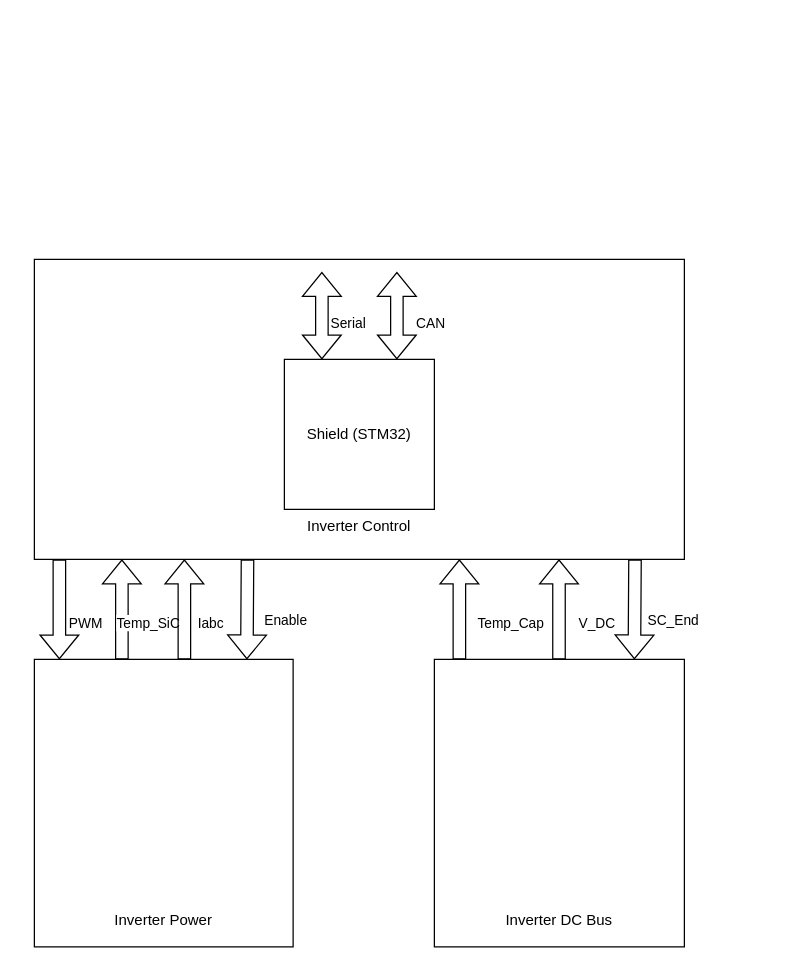
The draw.io diagram HW/Inverter_HW.drawio in dweggg/Inverter, before the edit. Source tidied: cells renumbered, new cells numbered last; positions are measured from the earlier drawing's top-left corner, leaving out a move shared by most shapes. Both pictures are drawn from the tidied source at 125%, with x=0, y=0 at pixel (34, 259).
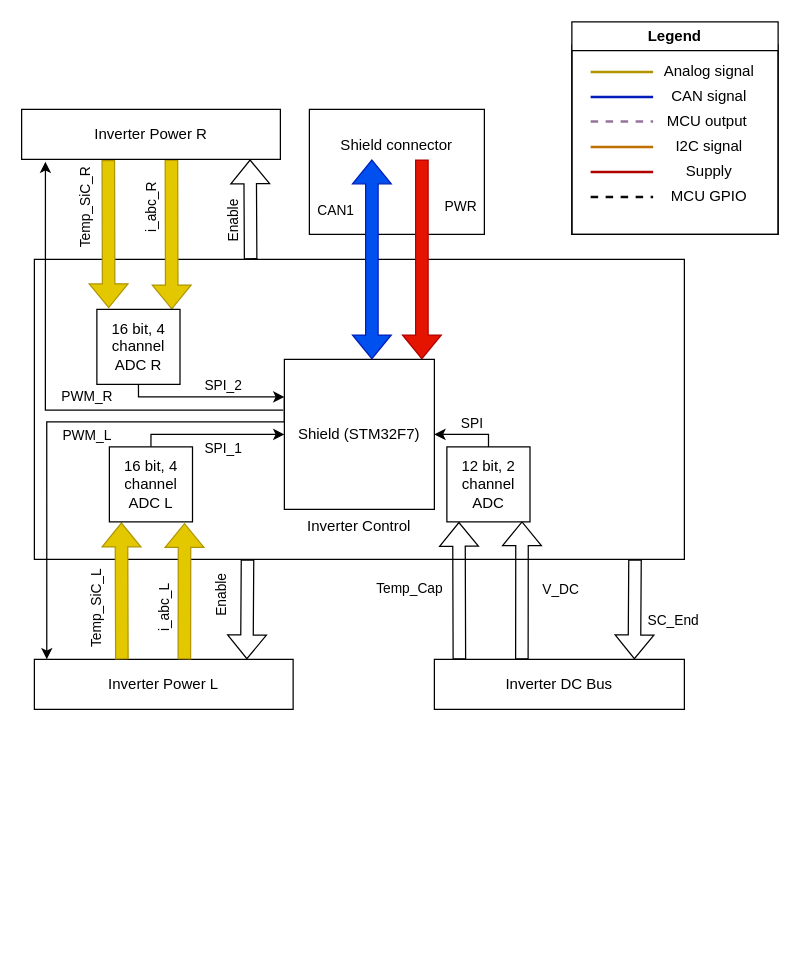
The same page after the edit.

The change refers to these unchanged cells:
```xml
<mxCell id="22" style="shape=flexArrow;endArrow=classic;html=1;rounded=0;exitX=0.199;exitY=0.994;exitDx=0;exitDy=0;exitPerimeter=0;" parent="1" edge="1">
  <mxGeometry relative="1" as="geometry">
    <mxPoint x="170.5" y="240" as="sourcePoint" />
    <mxPoint x="170" y="320" as="targetPoint" />
  </mxGeometry>
</mxCell>
```

What changed in the source:
```diff
@@
+    <mxCell id="24" value="Shield connector&lt;br&gt;&lt;br&gt;&lt;br&gt;&lt;br&gt;" style="rounded=0;whiteSpace=wrap;html=1;" parent="1" vertex="1">
+      <mxGeometry x="220" y="-120" width="140" height="100" as="geometry" />
+    </mxCell>
@@
+    <mxCell id="25" style="edgeStyle=orthogonalEdgeStyle;rounded=0;jettySize=auto;html=1;exitX=0;exitY=0.25;exitDx=0;exitDy=0;entryX=0.048;entryY=0;entryDx=0;entryDy=0;entryPerimeter=0;" parent="1" edge="1" source="3" target="8">
+      <mxGeometry relative="1" as="geometry">
+        <Array as="points">
+          <mxPoint x="200" y="130" />
+          <mxPoint x="10" y="130" />
+        </Array>
+      </mxGeometry>
+    </mxCell>
+    <mxCell id="26" value="PWM_L" style="edgeLabel;html=1;align=center;verticalAlign=middle;" parent="25" vertex="1">
+      <mxGeometry x="-0.42" relative="1" as="geometry">
+        <mxPoint x="-63" y="10" as="offset" />
+      </mxGeometry>
+    </mxCell>
-    <mxCell id="3" value="Shield (STM32)" style="whiteSpace=wrap;html=1;" parent="1" vertex="1">
+    <mxCell id="3" value="Shield (STM32F7)" style="whiteSpace=wrap;html=1;" parent="1" vertex="1">
       <mxGeometry x="200" y="80" width="120" height="120" as="geometry" />
     </mxCell>
-    <mxCell id="4" style="shape=flexArrow;endArrow=classic;startArrow=classic;html=1;rounded=0;" parent="1" edge="1">
+    <mxCell id="4" style="shape=flexArrow;endArrow=classic;startArrow=classic;html=1;rounded=0;fillColor=#0050ef;strokeColor=#001DBC;" parent="1" edge="1">
       <mxGeometry relative="1" as="geometry">
-        <mxPoint x="290" y="80" as="sourcePoint" />
-        <mxPoint x="290" y="10" as="targetPoint" />
+        <mxPoint x="270" y="80" as="sourcePoint" />
+        <mxPoint x="270" y="-80" as="targetPoint" />
       </mxGeometry>
     </mxCell>
-    <mxCell id="5" value="CAN" style="edgeLabel;html=1;align=center;verticalAlign=middle;" parent="4" vertex="1">
+    <mxCell id="5" value="CAN1" style="edgeLabel;html=1;align=center;verticalAlign=middle;" parent="4" vertex="1">
       <mxGeometry x="-0.45" y="-1" relative="1" as="geometry">
-        <mxPoint x="25" y="-11" as="offset" />
+        <mxPoint x="-31" y="-76" as="offset" />
       </mxGeometry>
     </mxCell>
-    <mxCell id="6" style="shape=flexArrow;endArrow=classic;startArrow=classic;html=1;rounded=0;" parent="1" edge="1">
-      <mxGeometry relative="1" as="geometry">
-        <mxPoint x="230" y="80" as="sourcePoint" />
-        <mxPoint x="230" y="10" as="targetPoint" />
-      </mxGeometry>
-    </mxCell>
-    <mxCell id="7" value="Serial" style="edgeLabel;html=1;align=center;verticalAlign=middle;" parent="6" vertex="1">
-      <mxGeometry x="0.16" y="-2" relative="1" as="geometry">
-        <mxPoint x="18" y="11" as="offset" />
-      </mxGeometry>
-    </mxCell>
-    <mxCell id="8" value="&lt;br&gt;&lt;br&gt;&lt;br&gt;&lt;br&gt;&lt;br&gt;&lt;br&gt;&lt;br&gt;&lt;br&gt;&lt;br&gt;&lt;br&gt;&lt;br&gt;&lt;br&gt;&lt;br&gt;Inverter Power" style="rounded=0;whiteSpace=wrap;html=1;" parent="1" vertex="1">
-      <mxGeometry y="320" width="207" height="230" as="geometry" />
+    <mxCell id="8" value="Inverter Power L" style="rounded=0;whiteSpace=wrap;html=1;" parent="1" vertex="1">
+      <mxGeometry y="320" width="207" height="40" as="geometry" />
     </mxCell>
-    <mxCell id="9" value="&lt;br&gt;&lt;br&gt;&lt;br&gt;&lt;br&gt;&lt;br&gt;&lt;br&gt;&lt;br&gt;&lt;br&gt;&lt;br&gt;&lt;br&gt;&lt;br&gt;&lt;br&gt;&lt;br&gt;Inverter DC Bus" style="rounded=0;whiteSpace=wrap;html=1;" parent="1" vertex="1">
-      <mxGeometry x="320" y="320" width="200" height="230" as="geometry" />
+    <mxCell id="9" value="Inverter DC Bus" style="rounded=0;whiteSpace=wrap;html=1;" parent="1" vertex="1">
+      <mxGeometry x="320" y="320" width="200" height="40" as="geometry" />
     </mxCell>
-    <mxCell id="10" style="shape=flexArrow;endArrow=classic;html=1;rounded=0;" parent="1" edge="1">
-      <mxGeometry relative="1" as="geometry">
-        <mxPoint x="20" y="240" as="sourcePoint" />
-        <mxPoint x="20" y="320" as="targetPoint" />
-      </mxGeometry>
-    </mxCell>
-    <mxCell id="11" value="PWM" style="edgeLabel;html=1;align=center;verticalAlign=middle;" parent="10" vertex="1">
-      <mxGeometry x="0.8" y="-4" relative="1" as="geometry">
-        <mxPoint x="24" y="-22" as="offset" />
-      </mxGeometry>
-    </mxCell>
-    <mxCell id="12" style="shape=flexArrow;endArrow=classic;html=1;rounded=0;exitX=0.286;exitY=-0.015;exitDx=0;exitDy=0;exitPerimeter=0;" parent="1" edge="1">
+    <mxCell id="12" style="shape=flexArrow;endArrow=classic;html=1;rounded=0;exitX=0.286;exitY=-0.015;exitDx=0;exitDy=0;exitPerimeter=0;entryX=0.145;entryY=1.008;entryDx=0;entryDy=0;entryPerimeter=0;fillColor=#e3c800;strokeColor=#B09500;" parent="1" edge="1" target="29">
       <mxGeometry relative="1" as="geometry">
         <mxPoint x="70" y="320" as="sourcePoint" />
-        <mxPoint x="70" y="240" as="targetPoint" />
       </mxGeometry>
     </mxCell>
-    <mxCell id="13" value="Temp_SiC" style="edgeLabel;html=1;align=center;verticalAlign=middle;" parent="12" vertex="1">
+    <mxCell id="13" value="Temp_SiC_L" style="edgeLabel;html=1;align=center;verticalAlign=middle;horizontal=0;" parent="12" vertex="1">
       <mxGeometry x="0.8" y="-4" relative="1" as="geometry">
-        <mxPoint x="16" y="42" as="offset" />
+        <mxPoint x="-24" y="59" as="offset" />
       </mxGeometry>
     </mxCell>
-    <mxCell id="14" style="shape=flexArrow;endArrow=classic;html=1;rounded=0;exitX=0.286;exitY=-0.015;exitDx=0;exitDy=0;exitPerimeter=0;" parent="1" edge="1">
+    <mxCell id="14" style="shape=flexArrow;endArrow=classic;html=1;rounded=0;exitX=0.286;exitY=-0.015;exitDx=0;exitDy=0;exitPerimeter=0;entryX=0.904;entryY=1.016;entryDx=0;entryDy=0;entryPerimeter=0;fillColor=#e3c800;strokeColor=#B09500;" parent="1" edge="1" target="29">
       <mxGeometry relative="1" as="geometry">
         <mxPoint x="120" y="320" as="sourcePoint" />
-        <mxPoint x="120" y="240" as="targetPoint" />
       </mxGeometry>
     </mxCell>
-    <mxCell id="15" value="Iabc" style="edgeLabel;html=1;align=center;verticalAlign=middle;" parent="14" vertex="1">
+    <mxCell id="15" value="i_abc_L" style="edgeLabel;html=1;align=center;verticalAlign=middle;horizontal=0;" parent="14" vertex="1">
       <mxGeometry x="0.8" y="-4" relative="1" as="geometry">
-        <mxPoint x="16" y="42" as="offset" />
+        <mxPoint x="-21" y="58" as="offset" />
       </mxGeometry>
     </mxCell>
-    <mxCell id="16" style="shape=flexArrow;endArrow=classic;html=1;rounded=0;exitX=0.286;exitY=-0.015;exitDx=0;exitDy=0;exitPerimeter=0;" parent="1" edge="1">
+    <mxCell id="16" style="shape=flexArrow;endArrow=classic;html=1;rounded=0;exitX=0.286;exitY=-0.015;exitDx=0;exitDy=0;exitPerimeter=0;entryX=0.145;entryY=1;entryDx=0;entryDy=0;entryPerimeter=0;" parent="1" edge="1" target="32">
       <mxGeometry relative="1" as="geometry">
         <mxPoint x="340" y="320" as="sourcePoint" />
-        <mxPoint x="340" y="240" as="targetPoint" />
       </mxGeometry>
     </mxCell>
     <mxCell id="17" value="Temp_Cap" style="edgeLabel;html=1;align=center;verticalAlign=middle;" parent="16" vertex="1">
       <mxGeometry x="0.8" y="-4" relative="1" as="geometry">
-        <mxPoint x="36" y="42" as="offset" />
+        <mxPoint x="-44" y="42" as="offset" />
       </mxGeometry>
     </mxCell>
-    <mxCell id="18" style="shape=flexArrow;endArrow=classic;html=1;rounded=0;exitX=0.286;exitY=-0.015;exitDx=0;exitDy=0;exitPerimeter=0;" parent="1" edge="1">
+    <mxCell id="18" style="shape=flexArrow;endArrow=classic;html=1;rounded=0;exitX=0.286;exitY=-0.015;exitDx=0;exitDy=0;exitPerimeter=0;entryX=0.904;entryY=0.992;entryDx=0;entryDy=0;entryPerimeter=0;" parent="1" edge="1" target="32">
       <mxGeometry relative="1" as="geometry">
-        <mxPoint x="419.7" y="320" as="sourcePoint" />
-        <mxPoint x="419.7" y="240" as="targetPoint" />
+        <mxPoint x="390" y="320" as="sourcePoint" />
       </mxGeometry>
     </mxCell>
@@
-    <mxCell id="23" value="Enable" style="edgeLabel;html=1;align=center;verticalAlign=middle;" parent="22" vertex="1">
+    <mxCell id="23" value="Enable" style="edgeLabel;html=1;align=center;verticalAlign=middle;horizontal=0;" parent="22" vertex="1">
       <mxGeometry x="0.8" y="-4" relative="1" as="geometry">
-        <mxPoint x="34" y="-23" as="offset" />
+        <mxPoint x="-16" y="-42" as="offset" />
       </mxGeometry>
     </mxCell>
+    <mxCell id="27" style="edgeStyle=orthogonalEdgeStyle;rounded=0;jettySize=auto;html=1;exitX=0.5;exitY=0;exitDx=0;exitDy=0;entryX=0;entryY=0.5;entryDx=0;entryDy=0;" parent="1" edge="1" source="29" target="3">
+      <mxGeometry relative="1" as="geometry">
+        <Array as="points">
+          <mxPoint x="93" y="140" />
+        </Array>
+      </mxGeometry>
+    </mxCell>
+    <mxCell id="28" value="SPI_1" style="edgeLabel;html=1;align=center;verticalAlign=middle;" parent="27" vertex="1">
+      <mxGeometry x="-0.09" y="-1" relative="1" as="geometry">
+        <mxPoint x="14" y="9" as="offset" />
+      </mxGeometry>
+    </mxCell>
+    <mxCell id="29" value="16 bit, 4 channel ADC L" style="rounded=0;whiteSpace=wrap;html=1;" parent="1" vertex="1">
+      <mxGeometry x="60" y="150" width="66.5" height="60" as="geometry" />
+    </mxCell>
+    <mxCell id="30" style="edgeStyle=orthogonalEdgeStyle;rounded=0;jettySize=auto;html=1;entryX=1;entryY=0.5;entryDx=0;entryDy=0;" parent="1" edge="1" source="32" target="3">
+      <mxGeometry relative="1" as="geometry">
+        <Array as="points">
+          <mxPoint x="363" y="140" />
+        </Array>
+      </mxGeometry>
+    </mxCell>
+    <mxCell id="31" value="SPI" style="edgeLabel;html=1;align=center;verticalAlign=middle;" parent="30" vertex="1">
+      <mxGeometry x="-0.1" y="1" relative="1" as="geometry">
+        <mxPoint y="-11" as="offset" />
+      </mxGeometry>
+    </mxCell>
+    <mxCell id="32" value="12 bit, 2 channel ADC" style="rounded=0;whiteSpace=wrap;html=1;" parent="1" vertex="1">
+      <mxGeometry x="330" y="150" width="66.5" height="60" as="geometry" />
+    </mxCell>
+    <mxCell id="33" style="shape=flexArrow;endArrow=classic;html=1;rounded=0;fillColor=#e51400;strokeColor=#B20000;" parent="1" edge="1">
+      <mxGeometry relative="1" as="geometry">
+        <mxPoint x="310" y="-80" as="sourcePoint" />
+        <mxPoint x="310" y="80" as="targetPoint" />
+      </mxGeometry>
+    </mxCell>
+    <mxCell id="34" value="PWR" style="edgeLabel;html=1;align=center;verticalAlign=middle;" parent="33" vertex="1">
+      <mxGeometry x="-0.54" y="-2" relative="1" as="geometry">
+        <mxPoint x="32" as="offset" />
+      </mxGeometry>
+    </mxCell>
+    <mxCell id="35" style="edgeStyle=orthogonalEdgeStyle;rounded=0;jettySize=auto;html=1;entryX=0.092;entryY=1.049;entryDx=0;entryDy=0;entryPerimeter=0;exitX=-0.007;exitY=0.338;exitDx=0;exitDy=0;exitPerimeter=0;" parent="1" edge="1" source="3" target="46">
+      <mxGeometry relative="1" as="geometry">
+        <Array as="points">
+          <mxPoint x="9" y="121" />
+        </Array>
+      </mxGeometry>
+    </mxCell>
+    <mxCell id="36" value="PWM_R" style="edgeLabel;html=1;align=center;verticalAlign=middle;" parent="35" vertex="1">
+      <mxGeometry x="-0.42" relative="1" as="geometry">
+        <mxPoint x="-45" y="-11" as="offset" />
+      </mxGeometry>
+    </mxCell>
+    <mxCell id="37" style="shape=flexArrow;endArrow=classic;html=1;rounded=0;exitX=0.335;exitY=1.013;exitDx=0;exitDy=0;exitPerimeter=0;entryX=0.142;entryY=-0.015;entryDx=0;entryDy=0;entryPerimeter=0;fillColor=#e3c800;strokeColor=#B09500;" parent="1" edge="1" source="46" target="45">
+      <mxGeometry relative="1" as="geometry" />
+    </mxCell>
+    <mxCell id="38" value="Temp_SiC_R" style="edgeLabel;html=1;align=center;verticalAlign=middle;horizontal=0;" parent="37" vertex="1">
+      <mxGeometry x="0.8" y="-4" relative="1" as="geometry">
+        <mxPoint x="-15" y="-68" as="offset" />
+      </mxGeometry>
+    </mxCell>
+    <mxCell id="39" style="shape=flexArrow;endArrow=classic;html=1;rounded=0;entryX=0.901;entryY=0.001;entryDx=0;entryDy=0;entryPerimeter=0;startArrow=none;exitX=0.579;exitY=1.001;exitDx=0;exitDy=0;exitPerimeter=0;fillColor=#e3c800;strokeColor=#B09500;" parent="1" edge="1" source="46" target="45">
+      <mxGeometry relative="1" as="geometry" />
+    </mxCell>
+    <mxCell id="40" value="i_abc_R" style="edgeLabel;html=1;align=center;verticalAlign=middle;horizontal=0;" parent="39" vertex="1">
+      <mxGeometry x="0.8" y="-4" relative="1" as="geometry">
+        <mxPoint x="-13" y="-69" as="offset" />
+      </mxGeometry>
+    </mxCell>
+    <mxCell id="41" style="shape=flexArrow;endArrow=classic;html=1;rounded=0;entryX=0.883;entryY=1;entryDx=0;entryDy=0;entryPerimeter=0;" parent="1" edge="1" target="46">
+      <mxGeometry relative="1" as="geometry">
+        <mxPoint x="173" as="sourcePoint" />
+      </mxGeometry>
+    </mxCell>
+    <mxCell id="42" value="Enable" style="edgeLabel;html=1;align=center;verticalAlign=middle;horizontal=0;" parent="41" vertex="1">
+      <mxGeometry x="0.8" y="-4" relative="1" as="geometry">
+        <mxPoint x="-17" y="42" as="offset" />
+      </mxGeometry>
+    </mxCell>
+    <mxCell id="43" style="edgeStyle=orthogonalEdgeStyle;rounded=0;jettySize=auto;html=1;exitX=0.5;exitY=1;exitDx=0;exitDy=0;entryX=0;entryY=0.25;entryDx=0;entryDy=0;" parent="1" edge="1" source="45" target="3">
+      <mxGeometry relative="1" as="geometry">
+        <Array as="points">
+          <mxPoint x="83" y="110" />
+        </Array>
+      </mxGeometry>
+    </mxCell>
+    <mxCell id="44" value="SPI_2" style="edgeLabel;html=1;align=center;verticalAlign=middle;" parent="43" vertex="1">
+      <mxGeometry x="-0.09" y="-1" relative="1" as="geometry">
+        <mxPoint x="19" y="-11" as="offset" />
+      </mxGeometry>
+    </mxCell>
+    <mxCell id="45" value="16 bit, 4 channel ADC R" style="rounded=0;whiteSpace=wrap;html=1;direction=east;" parent="1" vertex="1">
+      <mxGeometry x="50" y="40" width="66.5" height="60" as="geometry" />
+    </mxCell>
+    <mxCell id="46" value="Inverter Power R" style="rounded=0;whiteSpace=wrap;html=1;direction=east;" parent="1" vertex="1">
+      <mxGeometry x="-10.2" y="-120" width="207" height="40" as="geometry" />
+    </mxCell>
+    <mxCell id="47" style="whiteSpace=wrap;html=1;" parent="1" vertex="1">
+      <mxGeometry x="430" y="-171.5" width="165" height="151.5" as="geometry" />
+    </mxCell>
+    <mxCell id="48" style="endArrow=none;html=1;rounded=0;fillColor=#e3c800;strokeColor=#B09500;strokeWidth=2;" parent="1" edge="1">
+      <mxGeometry relative="1" as="geometry">
+        <mxPoint x="445" y="-150" as="sourcePoint" />
+        <mxPoint x="495" y="-150" as="targetPoint" />
+      </mxGeometry>
+    </mxCell>
+    <mxCell id="49" style="endArrow=none;html=1;rounded=0;fillColor=#0050ef;strokeColor=#001DBC;strokeWidth=2;" parent="1" edge="1">
+      <mxGeometry relative="1" as="geometry">
+        <mxPoint x="445" y="-130" as="sourcePoint" />
+        <mxPoint x="495" y="-130" as="targetPoint" />
+      </mxGeometry>
+    </mxCell>
+    <mxCell id="50" style="endArrow=none;html=1;rounded=0;strokeColor=#96739c;strokeWidth=2;dashed=1;" parent="1" edge="1">
+      <mxGeometry relative="1" as="geometry">
+        <mxPoint x="445" y="-110.3" as="sourcePoint" />
+        <mxPoint x="495" y="-110.3" as="targetPoint" />
+      </mxGeometry>
+    </mxCell>
+    <mxCell id="51" style="endArrow=none;html=1;rounded=0;fillColor=#a0522d;strokeColor=#bd7000;strokeWidth=2;" parent="1" edge="1">
+      <mxGeometry relative="1" as="geometry">
+        <mxPoint x="445" y="-90" as="sourcePoint" />
+        <mxPoint x="495" y="-90" as="targetPoint" />
+      </mxGeometry>
+    </mxCell>
+    <mxCell id="52" style="endArrow=none;html=1;rounded=0;fillColor=#e51400;strokeColor=#B20000;strokeWidth=2;" parent="1" edge="1">
+      <mxGeometry relative="1" as="geometry">
+        <mxPoint x="445" y="-70" as="sourcePoint" />
+        <mxPoint x="495" y="-70" as="targetPoint" />
+      </mxGeometry>
+    </mxCell>
+    <mxCell id="53" value="Analog signal" style="text;html=1;strokeColor=none;fillColor=none;align=center;verticalAlign=middle;whiteSpace=wrap;rounded=0;" parent="1" vertex="1">
+      <mxGeometry x="495" y="-160" width="90" height="20" as="geometry" />
+    </mxCell>
+    <mxCell id="54" value="CAN signal" style="text;html=1;strokeColor=none;fillColor=none;align=center;verticalAlign=middle;whiteSpace=wrap;rounded=0;" parent="1" vertex="1">
+      <mxGeometry x="495" y="-140" width="90" height="20" as="geometry" />
+    </mxCell>
+    <mxCell id="55" value="MCU output&amp;nbsp;" style="text;html=1;strokeColor=none;fillColor=none;align=center;verticalAlign=middle;whiteSpace=wrap;rounded=0;" parent="1" vertex="1">
+      <mxGeometry x="495" y="-120" width="90" height="20" as="geometry" />
+    </mxCell>
+    <mxCell id="56" value="I2C signal" style="text;html=1;strokeColor=none;fillColor=none;align=center;verticalAlign=middle;whiteSpace=wrap;rounded=0;" parent="1" vertex="1">
+      <mxGeometry x="495" y="-100" width="90" height="20" as="geometry" />
+    </mxCell>
+    <mxCell id="57" value="Supply" style="text;html=1;strokeColor=none;fillColor=none;align=center;verticalAlign=middle;whiteSpace=wrap;rounded=0;" parent="1" vertex="1">
+      <mxGeometry x="495" y="-80" width="90" height="20" as="geometry" />
+    </mxCell>
+    <mxCell id="58" value="Legend" style="swimlane;whiteSpace=wrap;html=1;" parent="1" vertex="1">
+      <mxGeometry x="430" y="-190" width="165" height="170" as="geometry" />
+    </mxCell>
+    <mxCell id="59" style="endArrow=none;html=1;rounded=0;fillColor=#e51400;strokeColor=#080808;strokeWidth=2;dashed=1;" parent="58" edge="1">
+      <mxGeometry relative="1" as="geometry">
+        <mxPoint x="15" y="140" as="sourcePoint" />
+        <mxPoint x="65" y="140" as="targetPoint" />
+        <Array as="points">
+          <mxPoint x="45" y="140" />
+        </Array>
+      </mxGeometry>
+    </mxCell>
+    <mxCell id="60" value="MCU GPIO" style="text;html=1;strokeColor=none;fillColor=none;align=center;verticalAlign=middle;whiteSpace=wrap;rounded=0;" parent="58" vertex="1">
+      <mxGeometry x="65" y="130" width="90" height="20" as="geometry" />
+    </mxCell>
```
